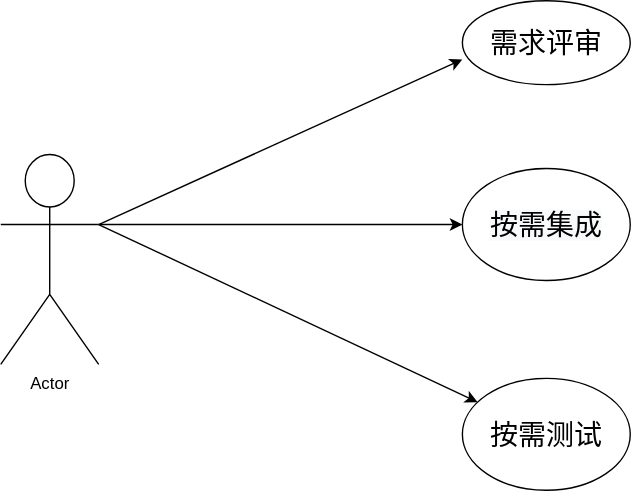
l1135677068/StudyNote keeps this draw.io diagram as pdf/Untitled Diagram.drawio.svg. Above is the earlier version. Source tidied: cells renumbered, new cells last; positions are measured from the earlier drawing's top-left corner, leaving out a move shared by most shapes.
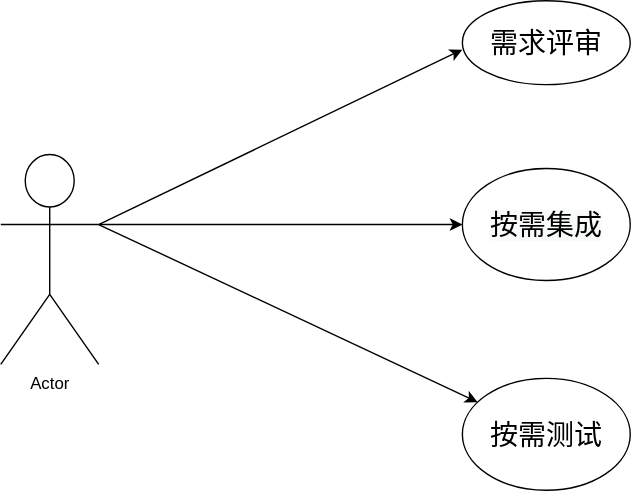
The same file after the commit.

The edit, as a diff of the source:
```diff
@@ -8,7 +8,7 @@
     <mxCell id="3" value="&lt;div&gt;&lt;span style=&quot;font-size: 20px&quot;&gt;需求评审&lt;/span&gt;&lt;/div&gt;" style="ellipse;whiteSpace=wrap;html=1;verticalAlign=middle;align=center;labelPosition=center;verticalLabelPosition=middle;" parent="1" vertex="1">
       <mxGeometry x="330" width="120" height="60" as="geometry" />
     </mxCell>
-    <mxCell id="4" style="endArrow=classic;html=1;rounded=0;entryX=0;entryY=0.7;entryDx=0;entryDy=0;entryPerimeter=0;" parent="1" edge="1" target="3">
+    <mxCell id="4" style="endArrow=classic;html=1;rounded=0;entryX=0;entryY=0.583;entryDx=0;entryDy=0;entryPerimeter=0;" parent="1" edge="1" target="3">
       <mxGeometry relative="1" as="geometry">
         <mxPoint x="70" y="160" as="sourcePoint" />
       </mxGeometry>
```
